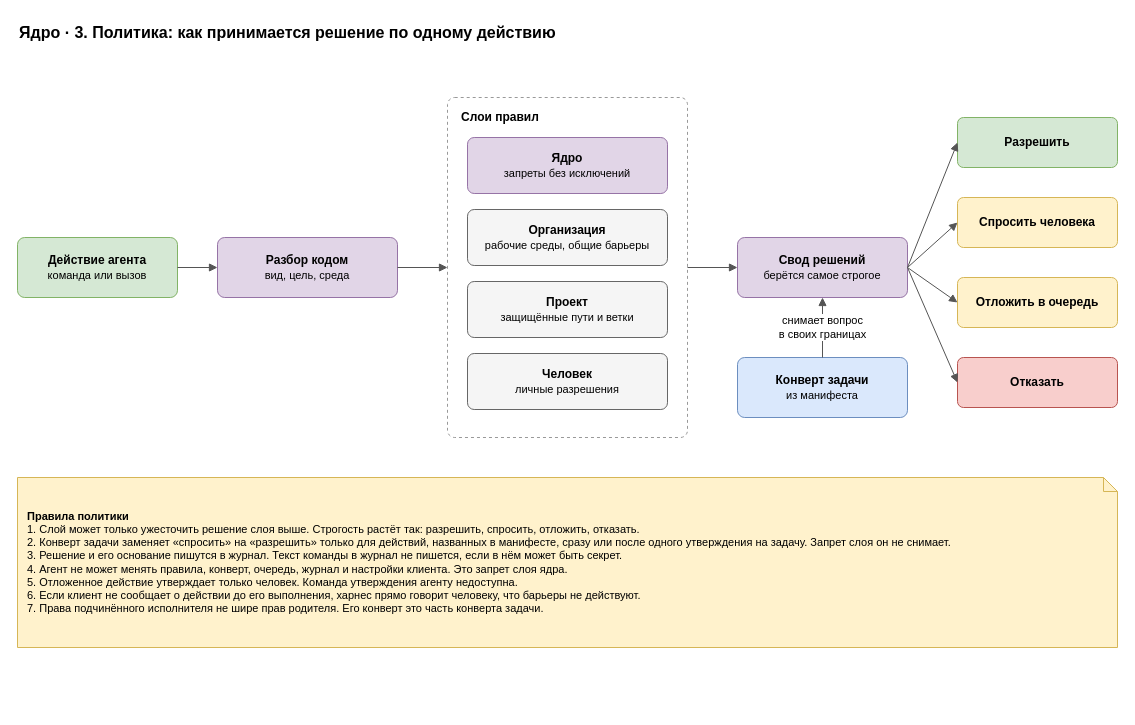
Before: page "3. Решение политики" (3 of 7) of docs/spec/harness-core.drawio in roygkov/reins, a draw.io diagram. Source tidied: cells renumbered, new cells numbered last; positions are measured from the earlier drawing's top-left corner, leaving out a move shared by most shapes. Both pictures are drawn from the tidied source at 100%, with x=0, y=0 at pixel (17, 17).
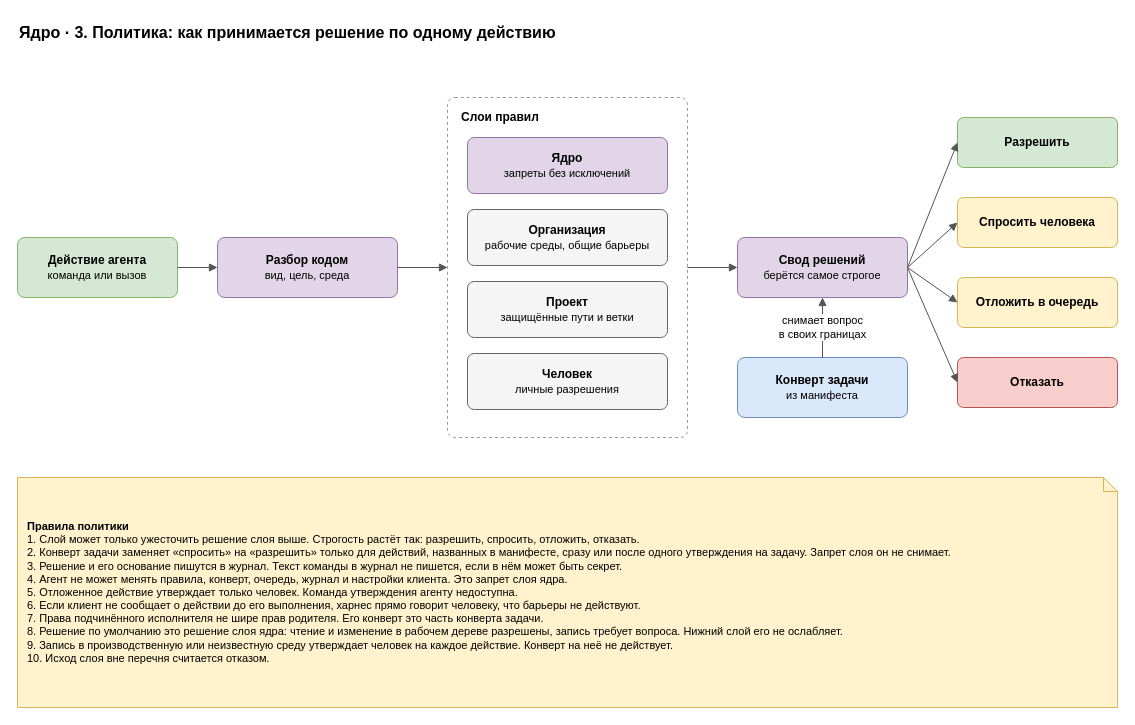
The same diagram, later.

Change to the diagram source:
```diff
@@
-    <mxCell id="24" value="&lt;b&gt;Правила политики&lt;/b&gt;&lt;br&gt;1. Слой может только ужесточить решение слоя выше. Строгость растёт так: разрешить, спросить, отложить, отказать.&lt;br&gt;2. Конверт задачи заменяет «спросить» на «разрешить» только для действий, названных в манифесте, сразу или после одного утверждения на задачу. Запрет слоя он не снимает.&lt;br&gt;3. Решение и его основание пишутся в журнал. Текст команды в журнал не пишется, если в нём может быть секрет.&lt;br&gt;4. Агент не может менять правила, конверт, очередь, журнал и настройки клиента. Это запрет слоя ядра.&lt;br&gt;5. Отложенное действие утверждает только человек. Команда утверждения агенту недоступна.&lt;br&gt;6. Если клиент не сообщает о действии до его выполнения, харнес прямо говорит человеку, что барьеры не действуют.&lt;br&gt;7. Права подчинённого исполнителя не шире прав родителя. Его конверт это часть конверта задачи." style="shape=note;whiteSpace=wrap;html=1;backgroundOutline=1;size=14;fillColor=#fff2cc;strokeColor=#d6b656;align=left;spacingLeft=8;spacingRight=8;fontSize=11;" parent="1" vertex="1">
-      <mxGeometry y="460" width="1100" height="170" as="geometry" />
+    <mxCell id="24" value="&lt;b&gt;Правила политики&lt;/b&gt;&lt;br&gt;1. Слой может только ужесточить решение слоя выше. Строгость растёт так: разрешить, спросить, отложить, отказать.&lt;br&gt;2. Конверт задачи заменяет «спросить» на «разрешить» только для действий, названных в манифесте, сразу или после одного утверждения на задачу. Запрет слоя он не снимает.&lt;br&gt;3. Решение и его основание пишутся в журнал. Текст команды в журнал не пишется, если в нём может быть секрет.&lt;br&gt;4. Агент не может менять правила, конверт, очередь, журнал и настройки клиента. Это запрет слоя ядра.&lt;br&gt;5. Отложенное действие утверждает только человек. Команда утверждения агенту недоступна.&lt;br&gt;6. Если клиент не сообщает о действии до его выполнения, харнес прямо говорит человеку, что барьеры не действуют.&lt;br&gt;7. Права подчинённого исполнителя не шире прав родителя. Его конверт это часть конверта задачи.&lt;br&gt;8. Решение по умолчанию это решение слоя ядра: чтение и изменение в рабочем дереве разрешены, запись требует вопроса. Нижний слой его не ослабляет.&lt;br&gt;9. Запись в производственную или неизвестную среду утверждает человек на каждое действие. Конверт на неё не действует.&lt;br&gt;10. Исход слоя вне перечня считается отказом." style="shape=note;whiteSpace=wrap;html=1;backgroundOutline=1;size=14;fillColor=#fff2cc;strokeColor=#d6b656;align=left;spacingLeft=8;spacingRight=8;fontSize=11;" parent="1" vertex="1">
+      <mxGeometry y="460" width="1100" height="230" as="geometry" />
     </mxCell>
```
